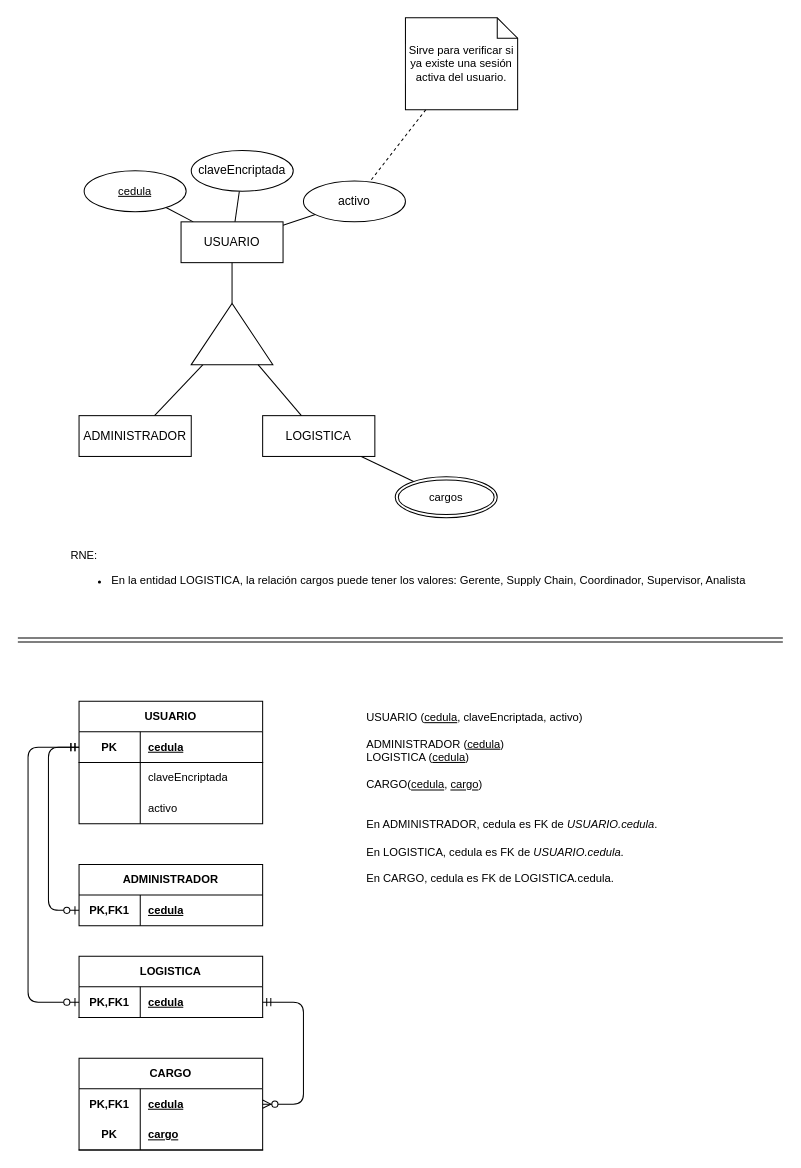
This is docs/persistencia/login.drawio from sideW-Nico/sistema-elvis-tek, a draw.io file, before an edit. Source tidied: cells renumbered, new cells numbered last; positions are measured from the earlier drawing's top-left corner, leaving out a move shared by most shapes. Both pictures are drawn from the tidied source at 102%, with x=0, y=0 at pixel (17, 17).
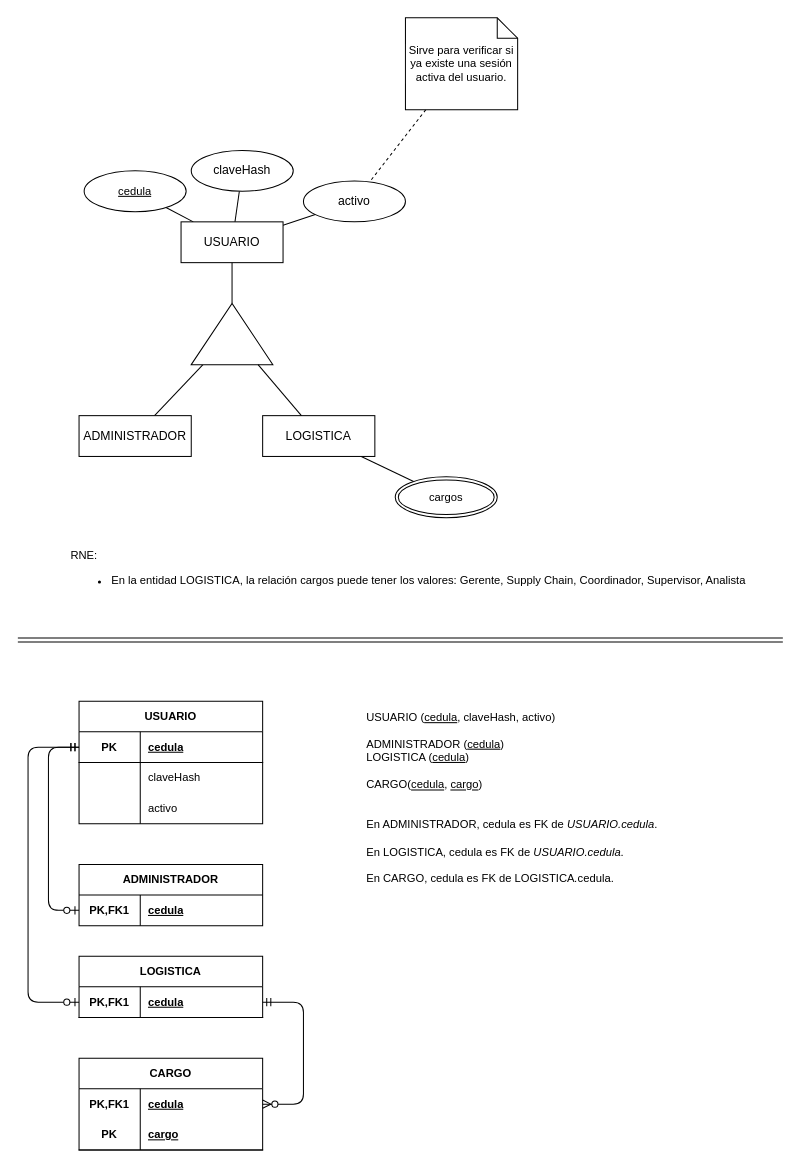
The same diagram, later.

Commit message:
fix: Cambio de nombre en el atributo clave

The change refers to these unchanged cells:
```xml
<mxCell id="26" style="shape=tableRow;horizontal=0;startSize=0;swimlaneHead=0;swimlaneBody=0;fillColor=none;top=0;left=0;right=0;bottom=0;html=1;fontFamily=Helvetica;fontSize=11;fontColor=default;labelBackgroundColor=default;" parent="22" vertex="1">
  <mxGeometry y="60" width="180" height="30" as="geometry" />
</mxCell>
```

The edit, as a diff of the source:
```diff
@@
-    <mxCell id="6" value="claveEncriptada" style="ellipse;whiteSpace=wrap;html=1;align=center;" parent="1" vertex="1">
+    <mxCell id="6" value="claveHash" style="ellipse;whiteSpace=wrap;html=1;align=center;" parent="1" vertex="1">
       <mxGeometry x="170" y="130" width="100" height="40" as="geometry" />
     </mxCell>
@@
-    <mxCell id="19" value="&lt;font style=&quot;&quot;&gt;USUARIO (&lt;u&gt;cedula&lt;/u&gt;, claveEncriptada, activo)&lt;/font&gt;&lt;div&gt;&lt;font style=&quot;&quot;&gt;&lt;br&gt;&lt;/font&gt;&lt;/div&gt;&lt;div&gt;&lt;font style=&quot;&quot;&gt;ADMINISTRADOR (&lt;u&gt;cedula&lt;/u&gt;)&lt;/font&gt;&lt;/div&gt;&lt;div&gt;&lt;font style=&quot;&quot;&gt;&lt;span style=&quot;&quot;&gt;LOGISTICA (&lt;/span&gt;&lt;u style=&quot;scrollbar-color: rgb(75, 75, 75) rgb(27, 29, 30);&quot;&gt;cedula&lt;/u&gt;&lt;span style=&quot;&quot;&gt;)&lt;/span&gt;&lt;/font&gt;&lt;/div&gt;&lt;div&gt;&lt;font style=&quot;&quot;&gt;&lt;span style=&quot;&quot;&gt;&lt;br&gt;&lt;/span&gt;&lt;/font&gt;&lt;/div&gt;&lt;div&gt;&lt;font style=&quot;&quot;&gt;CARGO(&lt;u&gt;cedula&lt;/u&gt;, &lt;u&gt;cargo&lt;/u&gt;)&lt;/font&gt;&lt;/div&gt;&lt;div&gt;&lt;br&gt;&lt;/div&gt;&lt;div&gt;&lt;font style=&quot;&quot;&gt;&lt;br&gt;&lt;/font&gt;&lt;/div&gt;&lt;div&gt;&lt;font style=&quot;&quot;&gt;En ADMINISTRADOR, cedula es FK de &lt;i&gt;USUARIO.cedula&lt;/i&gt;.&lt;/font&gt;&lt;/div&gt;&lt;div&gt;&lt;font style=&quot;&quot;&gt;&lt;br&gt;&lt;/font&gt;&lt;/div&gt;&lt;div&gt;&lt;font style=&quot;&quot;&gt;&lt;span style=&quot;&quot;&gt;En LOGISTICA, cedula es FK de &lt;/span&gt;&lt;i style=&quot;scrollbar-color: rgb(75, 75, 75) rgb(27, 29, 30);&quot;&gt;USUARIO.cedula&lt;/i&gt;&lt;span style=&quot;&quot;&gt;.&lt;/span&gt;&lt;/font&gt;&lt;/div&gt;&lt;div&gt;&lt;font style=&quot;&quot;&gt;&lt;span style=&quot;&quot;&gt;&lt;br&gt;&lt;/span&gt;&lt;/font&gt;&lt;/div&gt;&lt;div&gt;&lt;font style=&quot;&quot;&gt;&lt;span style=&quot;scrollbar-color: rgb(75, 75, 75) rgb(27, 29, 30);&quot;&gt;En CARGO,&amp;nbsp;&lt;span style=&quot;&quot;&gt;cedula &lt;/span&gt;es FK de&amp;nbsp;&lt;/span&gt;&lt;i style=&quot;scrollbar-color: rgb(75, 75, 75) rgb(27, 29, 30);&quot;&gt;&lt;span style=&quot;font-style: normal;&quot;&gt;LOGISTICA&lt;/span&gt;.&lt;/i&gt;&lt;span style=&quot;scrollbar-color: rgb(75, 75, 75) rgb(27, 29, 30);&quot;&gt;&lt;span style=&quot;&quot;&gt;cedula&lt;/span&gt;.&lt;/span&gt;&lt;span style=&quot;&quot;&gt;&lt;/span&gt;&lt;/font&gt;&lt;/div&gt;" style="text;html=1;align=left;verticalAlign=middle;strokeColor=none;fillColor=none;fontFamily=Helvetica;fontSize=11;fontColor=light-dark(#000000,#FFFFFF);labelBackgroundColor=default;" parent="1" vertex="1">
+    <mxCell id="19" value="&lt;font style=&quot;&quot;&gt;USUARIO (&lt;u&gt;cedula&lt;/u&gt;, claveHash, activo)&lt;/font&gt;&lt;div&gt;&lt;font style=&quot;&quot;&gt;&lt;br&gt;&lt;/font&gt;&lt;/div&gt;&lt;div&gt;&lt;font style=&quot;&quot;&gt;ADMINISTRADOR (&lt;u&gt;cedula&lt;/u&gt;)&lt;/font&gt;&lt;/div&gt;&lt;div&gt;&lt;font style=&quot;&quot;&gt;&lt;span style=&quot;&quot;&gt;LOGISTICA (&lt;/span&gt;&lt;u style=&quot;scrollbar-color: rgb(75, 75, 75) rgb(27, 29, 30);&quot;&gt;cedula&lt;/u&gt;&lt;span style=&quot;&quot;&gt;)&lt;/span&gt;&lt;/font&gt;&lt;/div&gt;&lt;div&gt;&lt;font style=&quot;&quot;&gt;&lt;span style=&quot;&quot;&gt;&lt;br&gt;&lt;/span&gt;&lt;/font&gt;&lt;/div&gt;&lt;div&gt;&lt;font style=&quot;&quot;&gt;CARGO(&lt;u&gt;cedula&lt;/u&gt;, &lt;u&gt;cargo&lt;/u&gt;)&lt;/font&gt;&lt;/div&gt;&lt;div&gt;&lt;br&gt;&lt;/div&gt;&lt;div&gt;&lt;font style=&quot;&quot;&gt;&lt;br&gt;&lt;/font&gt;&lt;/div&gt;&lt;div&gt;&lt;font style=&quot;&quot;&gt;En ADMINISTRADOR, cedula es FK de &lt;i&gt;USUARIO.cedula&lt;/i&gt;.&lt;/font&gt;&lt;/div&gt;&lt;div&gt;&lt;font style=&quot;&quot;&gt;&lt;br&gt;&lt;/font&gt;&lt;/div&gt;&lt;div&gt;&lt;font style=&quot;&quot;&gt;&lt;span style=&quot;&quot;&gt;En LOGISTICA, cedula es FK de &lt;/span&gt;&lt;i style=&quot;scrollbar-color: rgb(75, 75, 75) rgb(27, 29, 30);&quot;&gt;USUARIO.cedula&lt;/i&gt;&lt;span style=&quot;&quot;&gt;.&lt;/span&gt;&lt;/font&gt;&lt;/div&gt;&lt;div&gt;&lt;font style=&quot;&quot;&gt;&lt;span style=&quot;&quot;&gt;&lt;br&gt;&lt;/span&gt;&lt;/font&gt;&lt;/div&gt;&lt;div&gt;&lt;font style=&quot;&quot;&gt;&lt;span style=&quot;scrollbar-color: rgb(75, 75, 75) rgb(27, 29, 30);&quot;&gt;En CARGO,&amp;nbsp;&lt;span style=&quot;&quot;&gt;cedula &lt;/span&gt;es FK de&amp;nbsp;&lt;/span&gt;&lt;i style=&quot;scrollbar-color: rgb(75, 75, 75) rgb(27, 29, 30);&quot;&gt;&lt;span style=&quot;font-style: normal;&quot;&gt;LOGISTICA&lt;/span&gt;.&lt;/i&gt;&lt;span style=&quot;scrollbar-color: rgb(75, 75, 75) rgb(27, 29, 30);&quot;&gt;&lt;span style=&quot;&quot;&gt;cedula&lt;/span&gt;.&lt;/span&gt;&lt;span style=&quot;&quot;&gt;&lt;/span&gt;&lt;/font&gt;&lt;/div&gt;" style="text;html=1;align=left;verticalAlign=middle;strokeColor=none;fillColor=none;fontFamily=Helvetica;fontSize=11;fontColor=light-dark(#000000,#FFFFFF);labelBackgroundColor=default;" parent="1" vertex="1">
       <mxGeometry x="340" y="670" width="310" height="190" as="geometry" />
     </mxCell>
@@
-    <mxCell id="28" value="claveEncriptada" style="shape=partialRectangle;fillColor=none;top=0;left=0;bottom=0;right=0;align=left;spacingLeft=6;overflow=hidden;html=1;whiteSpace=wrap;fontFamily=Helvetica;fontSize=11;fontColor=default;labelBackgroundColor=default;" parent="26" vertex="1">
+    <mxCell id="28" value="claveHash" style="shape=partialRectangle;fillColor=none;top=0;left=0;bottom=0;right=0;align=left;spacingLeft=6;overflow=hidden;html=1;whiteSpace=wrap;fontFamily=Helvetica;fontSize=11;fontColor=default;labelBackgroundColor=default;" parent="26" vertex="1">
       <mxGeometry x="60" width="120" height="30" as="geometry" />
     </mxCell>
```
